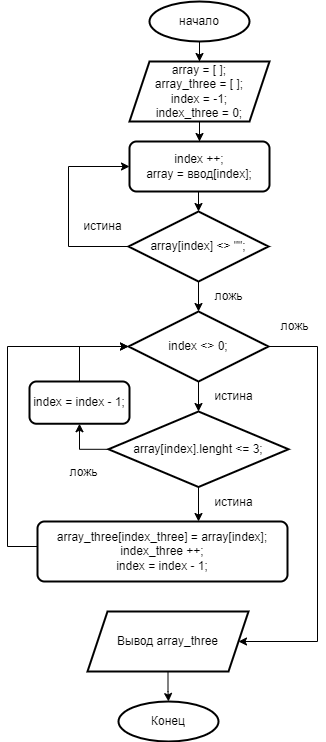
Before: final_control_work/блок-схема.png, a diagram exported from draw.io (ArtemFinder/seminar-C-). Source tidied: cells renumbered, new cells last; positions are measured from the earlier drawing's top-left corner, leaving out a move shared by most shapes.
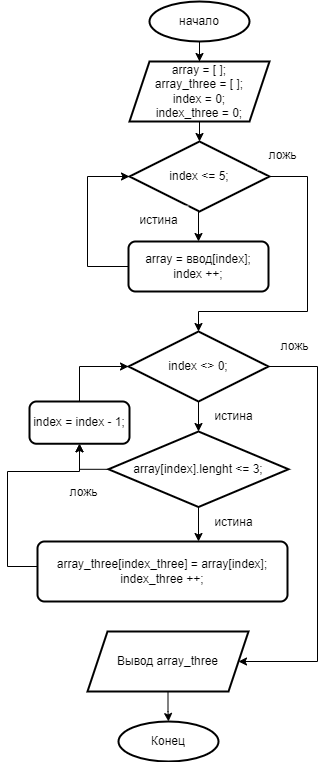
The same diagram one commit later.

Commit message:
блок-схема

Change to the diagram source:
```diff
@@ -4,40 +4,46 @@
     <mxCell id="1" parent="0" />
     <mxCell id="2" style="edgeStyle=orthogonalEdgeStyle;rounded=0;jettySize=auto;html=1;" parent="1" edge="1" target="4">
       <mxGeometry relative="1" as="geometry">
-        <mxPoint x="192" y="40" as="sourcePoint" />
+        <mxPoint x="192" y="20" as="sourcePoint" />
       </mxGeometry>
     </mxCell>
-    <mxCell id="3" style="edgeStyle=orthogonalEdgeStyle;rounded=0;jettySize=auto;html=1;" parent="1" edge="1" source="4" target="9">
-      <mxGeometry relative="1" as="geometry" />
-    </mxCell>
+    <mxCell id="30" style="edgeStyle=orthogonalEdgeStyle;rounded=0;jettySize=auto;html=1;exitX=0.5;exitY=1;exitDx=0;exitDy=0;entryX=0.5;entryY=0;entryDx=0;entryDy=0;" parent="1" edge="1" source="4" target="7">
+      <mxGeometry relative="1" as="geometry" />
+    </mxCell>
-    <mxCell id="4" value="array = [ ];&lt;br&gt;array_three = [ ];&lt;br&gt;index = -1;&lt;br&gt;index_three = 0;" style="shape=parallelogram;perimeter=parallelogramPerimeter;whiteSpace=wrap;html=1;fixedSize=1;strokeWidth=2;" parent="1" vertex="1">
-      <mxGeometry x="122" y="60" width="140" height="60" as="geometry" />
+    <mxCell id="4" value="array = [ ];&lt;br&gt;array_three = [ ];&lt;br&gt;index = 0;&lt;br&gt;index_three = 0;" style="shape=parallelogram;perimeter=parallelogramPerimeter;whiteSpace=wrap;html=1;fixedSize=1;strokeWidth=2;" parent="1" vertex="1">
+      <mxGeometry x="122" y="40" width="140" height="60" as="geometry" />
     </mxCell>
-    <mxCell id="5" style="edgeStyle=orthogonalEdgeStyle;rounded=0;jettySize=auto;html=1;exitX=0;exitY=0.5;exitDx=0;exitDy=0;entryX=0;entryY=0.5;entryDx=0;entryDy=0;" parent="1" edge="1" source="7" target="9">
-      <mxGeometry relative="1" as="geometry">
-        <Array as="points">
-          <mxPoint x="61" y="245" />
-          <mxPoint x="61" y="165" />
-        </Array>
-      </mxGeometry>
+    <mxCell id="5" style="edgeStyle=orthogonalEdgeStyle;rounded=0;jettySize=auto;html=1;exitX=0.5;exitY=1;exitDx=0;exitDy=0;entryX=0.5;entryY=0;entryDx=0;entryDy=0;" parent="1" edge="1" source="7" target="9">
+      <mxGeometry relative="1" as="geometry" />
     </mxCell>
-    <mxCell id="6" style="edgeStyle=orthogonalEdgeStyle;rounded=0;jettySize=auto;html=1;" parent="1" edge="1" source="7" target="14">
-      <mxGeometry relative="1" as="geometry" />
+    <mxCell id="6" style="edgeStyle=orthogonalEdgeStyle;rounded=0;jettySize=auto;html=1;exitX=1;exitY=0.5;exitDx=0;exitDy=0;entryX=0.5;entryY=0;entryDx=0;entryDy=0;" parent="1" edge="1" source="7" target="14">
+      <mxGeometry relative="1" as="geometry">
+        <Array as="points">
+          <mxPoint x="300" y="155" />
+          <mxPoint x="300" y="290" />
+          <mxPoint x="191" y="290" />
+        </Array>
+      </mxGeometry>
     </mxCell>
-    <mxCell id="7" value="array[index] &amp;lt;&amp;gt; &quot;&quot;;" style="rhombus;whiteSpace=wrap;html=1;strokeWidth=2;" parent="1" vertex="1">
-      <mxGeometry x="121" y="210" width="140" height="70" as="geometry" />
+    <mxCell id="7" value="index &amp;lt;= 5;" style="rhombus;whiteSpace=wrap;html=1;strokeWidth=2;" parent="1" vertex="1">
+      <mxGeometry x="122" y="120" width="140" height="70" as="geometry" />
     </mxCell>
-    <mxCell id="8" style="edgeStyle=orthogonalEdgeStyle;rounded=0;jettySize=auto;html=1;exitX=0.5;exitY=1;exitDx=0;exitDy=0;entryX=0.5;entryY=0;entryDx=0;entryDy=0;" parent="1" edge="1" source="9" target="7">
-      <mxGeometry relative="1" as="geometry" />
+    <mxCell id="8" style="edgeStyle=orthogonalEdgeStyle;rounded=0;jettySize=auto;html=1;entryX=0;entryY=0.5;entryDx=0;entryDy=0;" parent="1" edge="1" source="9" target="7">
+      <mxGeometry relative="1" as="geometry">
+        <Array as="points">
+          <mxPoint x="80" y="245" />
+          <mxPoint x="80" y="155" />
+        </Array>
+      </mxGeometry>
     </mxCell>
-    <mxCell id="9" value="index ++;&lt;br&gt;array = ввод[index];" style="rounded=1;whiteSpace=wrap;html=1;absoluteArcSize=1;arcSize=14;strokeWidth=2;" parent="1" vertex="1">
-      <mxGeometry x="122" y="140" width="140" height="50" as="geometry" />
+    <mxCell id="9" value="array = ввод[index];&lt;br&gt;index ++;" style="rounded=1;whiteSpace=wrap;html=1;absoluteArcSize=1;arcSize=14;strokeWidth=2;" parent="1" vertex="1">
+      <mxGeometry x="121" y="220" width="140" height="50" as="geometry" />
     </mxCell>
     <mxCell id="10" value="начало&lt;br&gt;" style="strokeWidth=2;html=1;shape=mxgraph.flowchart.start_1;whiteSpace=wrap;" parent="1" vertex="1">
-      <mxGeometry x="142" width="100" height="40" as="geometry" />
+      <mxGeometry x="142" y="-20" width="100" height="40" as="geometry" />
     </mxCell>
     <mxCell id="11" value="истина&lt;br&gt;" style="text;html=1;align=center;verticalAlign=middle;fillColor=default;gradientColor=none;opacity=70;" parent="1" vertex="1">
-      <mxGeometry x="65" y="210" width="60" height="30" as="geometry" />
+      <mxGeometry x="121" y="184" width="60" height="30" as="geometry" />
     </mxCell>
     <mxCell id="12" style="edgeStyle=orthogonalEdgeStyle;rounded=0;jettySize=auto;html=1;" parent="1" edge="1" source="14" target="18">
       <mxGeometry relative="1" as="geometry" />
@@ -54,7 +60,7 @@
       <mxGeometry x="121" y="310" width="140" height="70" as="geometry" />
     </mxCell>
     <mxCell id="15" value="ложь" style="text;html=1;align=center;verticalAlign=middle;fillColor=default;gradientColor=none;opacity=70;" parent="1" vertex="1">
-      <mxGeometry x="196" y="280" width="50" height="30" as="geometry" />
+      <mxGeometry x="250" y="119" width="50" height="30" as="geometry" />
     </mxCell>
     <mxCell id="16" style="edgeStyle=orthogonalEdgeStyle;rounded=0;jettySize=auto;html=1;entryX=0.644;entryY=0;entryDx=0;entryDy=0;entryPerimeter=0;" parent="1" edge="1" source="18" target="21">
       <mxGeometry relative="1" as="geometry" />
@@ -72,15 +78,16 @@
     <mxCell id="19" value="истина&lt;br&gt;" style="text;html=1;align=center;verticalAlign=middle;fillColor=default;gradientColor=none;opacity=70;" parent="1" vertex="1">
       <mxGeometry x="196" y="380" width="60" height="30" as="geometry" />
     </mxCell>
-    <mxCell id="20" style="edgeStyle=orthogonalEdgeStyle;rounded=0;jettySize=auto;html=1;entryX=0;entryY=0.5;entryDx=0;entryDy=0;" parent="1" edge="1" source="21" target="14">
+    <mxCell id="20" style="edgeStyle=orthogonalEdgeStyle;rounded=0;jettySize=auto;html=1;entryX=0.5;entryY=1;entryDx=0;entryDy=0;" parent="1" edge="1" source="21" target="23">
       <mxGeometry relative="1" as="geometry">
         <Array as="points">
           <mxPoint y="545" />
-          <mxPoint y="345" />
+          <mxPoint y="450" />
+          <mxPoint x="72" y="450" />
         </Array>
       </mxGeometry>
     </mxCell>
-    <mxCell id="21" value="array_three[index_three]&amp;nbsp;= array[index];&lt;br&gt;index_three ++;&lt;br&gt;index = index - 1;" style="rounded=1;whiteSpace=wrap;html=1;absoluteArcSize=1;arcSize=14;strokeWidth=2;fillColor=default;gradientColor=none;" parent="1" vertex="1">
+    <mxCell id="21" value="array_three[index_three]&amp;nbsp;= array[index];&lt;br&gt;index_three ++;" style="rounded=1;whiteSpace=wrap;html=1;absoluteArcSize=1;arcSize=14;strokeWidth=2;fillColor=default;gradientColor=none;" parent="1" vertex="1">
       <mxGeometry x="30" y="520" width="250" height="60" as="geometry" />
     </mxCell>
     <mxCell id="22" style="edgeStyle=orthogonalEdgeStyle;rounded=0;jettySize=auto;html=1;entryX=0;entryY=0.5;entryDx=0;entryDy=0;" parent="1" edge="1" source="23" target="14">
```
